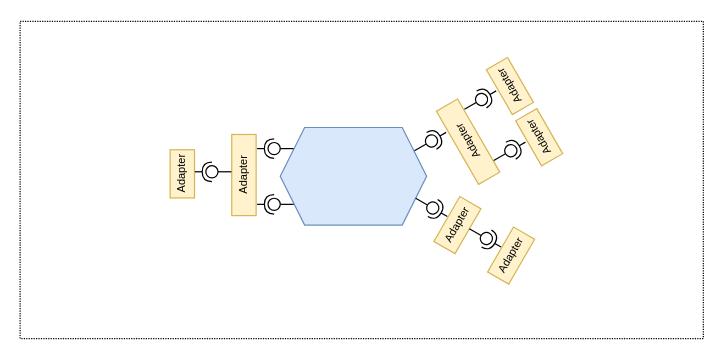
Before: page "Adapter Organization" (9 of 15) of diagrams/1.drawio in alicemunsal/dohex, a draw.io diagram. Source tidied: cells renumbered, new cells numbered last; positions are measured from the earlier drawing's top-left corner, leaving out a move shared by most shapes. Both pictures are drawn from the tidied source at 122%, with x=0, y=0 at pixel (20, 21).
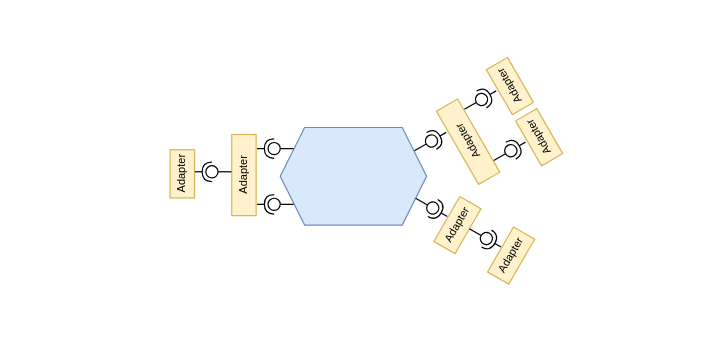
Above is the later version.

What changed in the source:
```diff
@@
-    <mxCell id="46" style="rounded=0;whiteSpace=wrap;html=1;fontSize=12;strokeWidth=1;dashed=1;dashPattern=1 1;perimeterSpacing=1;fillColor=none;" parent="1" vertex="1">
-      <mxGeometry width="560" height="260" as="geometry" />
-    </mxCell>
```
